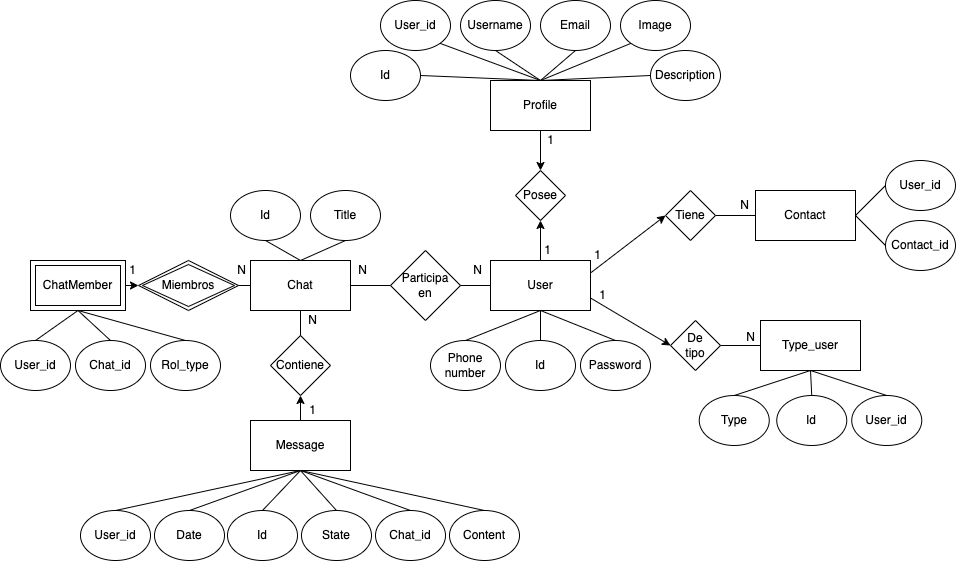
Above: assets/ER-model.png in eanorambuena/EPA_frontend (draw.io), before the change. Source tidied: cells renumbered, new cells last; positions are measured from the earlier drawing's top-left corner, leaving out a move shared by most shapes.
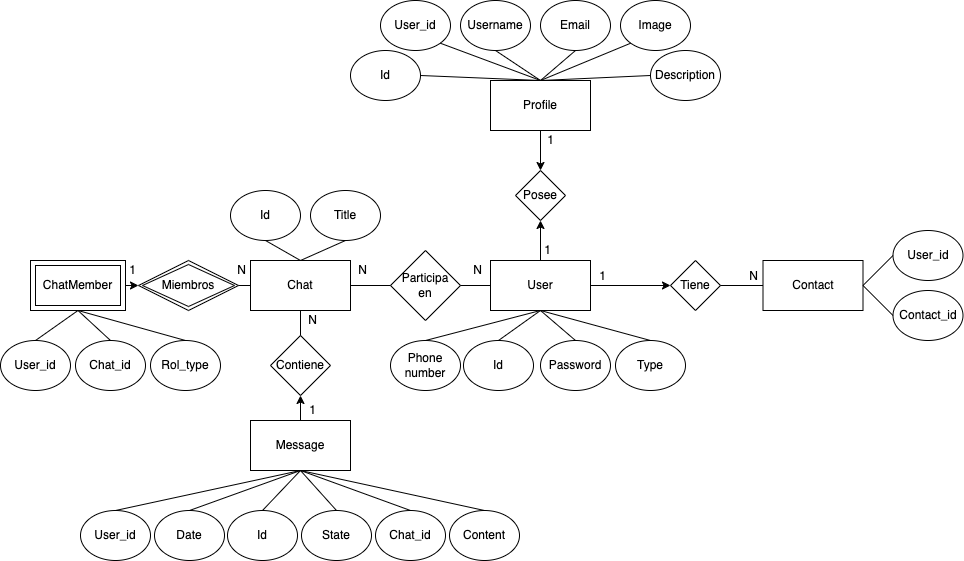
The same file after the commit.

Change to the diagram source:
```diff
@@ -6,13 +6,13 @@
       <mxGeometry x="490" y="260" width="100" height="50" as="geometry" />
     </mxCell>
     <mxCell id="3" value="Id" style="ellipse;whiteSpace=wrap;html=1;" parent="1" vertex="1">
-      <mxGeometry x="505" y="340" width="70" height="50" as="geometry" />
+      <mxGeometry x="463" y="340" width="70" height="50" as="geometry" />
     </mxCell>
     <mxCell id="4" value="Phone&lt;div&gt;number&lt;/div&gt;" style="ellipse;whiteSpace=wrap;html=1;" parent="1" vertex="1">
-      <mxGeometry x="430" y="340" width="70" height="50" as="geometry" />
+      <mxGeometry x="390" y="340" width="70" height="50" as="geometry" />
     </mxCell>
     <mxCell id="5" value="Password" style="ellipse;whiteSpace=wrap;html=1;" parent="1" vertex="1">
-      <mxGeometry x="580" y="340" width="70" height="50" as="geometry" />
+      <mxGeometry x="540" y="340" width="70" height="50" as="geometry" />
     </mxCell>
     <mxCell id="6" value="Posee" style="rhombus;whiteSpace=wrap;html=1;" parent="1" vertex="1">
       <mxGeometry x="515" y="170" width="50" height="50" as="geometry" />
@@ -149,19 +149,19 @@
       <mxGeometry x="295" y="310" width="35" height="20" as="geometry" />
     </mxCell>
     <mxCell id="50" value="Tiene" style="rhombus;whiteSpace=wrap;html=1;" parent="1" vertex="1">
-      <mxGeometry x="665" y="190" width="50" height="50" as="geometry" />
+      <mxGeometry x="670" y="260" width="50" height="50" as="geometry" />
     </mxCell>
     <mxCell id="51" value="Contact" style="rounded=0;whiteSpace=wrap;html=1;" parent="1" vertex="1">
-      <mxGeometry x="755" y="190" width="100" height="50" as="geometry" />
+      <mxGeometry x="762.5" y="260" width="100" height="50" as="geometry" />
     </mxCell>
     <mxCell id="52" style="endArrow=none;html=1;rounded=0;entryX=1;entryY=0.5;entryDx=0;entryDy=0;exitX=0;exitY=0.5;exitDx=0;exitDy=0;" parent="1" edge="1" source="51" target="50">
       <mxGeometry relative="1" as="geometry" />
     </mxCell>
     <mxCell id="53" value="User_id" style="ellipse;whiteSpace=wrap;html=1;" parent="1" vertex="1">
-      <mxGeometry x="885" y="160" width="70" height="50" as="geometry" />
+      <mxGeometry x="892.5" y="230" width="70" height="50" as="geometry" />
     </mxCell>
     <mxCell id="54" value="Contact_id" style="ellipse;whiteSpace=wrap;html=1;" parent="1" vertex="1">
-      <mxGeometry x="885" y="220" width="70" height="50" as="geometry" />
+      <mxGeometry x="892.5" y="290" width="70" height="50" as="geometry" />
     </mxCell>
     <mxCell id="55" style="endArrow=none;html=1;rounded=0;exitX=0;exitY=0.5;exitDx=0;exitDy=0;entryX=1;entryY=0.5;entryDx=0;entryDy=0;" parent="1" edge="1" source="53" target="51">
       <mxGeometry relative="1" as="geometry" />
@@ -170,38 +170,11 @@
       <mxGeometry relative="1" as="geometry" />
     </mxCell>
     <mxCell id="57" value="N" style="text;html=1;align=center;verticalAlign=middle;whiteSpace=wrap;rounded=0;" parent="1" vertex="1">
-      <mxGeometry x="727.5" y="195" width="35" height="20" as="geometry" />
+      <mxGeometry x="735.5" y="266" width="35" height="20" as="geometry" />
     </mxCell>
-    <mxCell id="58" value="Type_user" style="rounded=0;whiteSpace=wrap;html=1;" parent="1" vertex="1">
-      <mxGeometry x="760" y="320" width="100" height="50" as="geometry" />
-    </mxCell>
-    <mxCell id="59" value="De&lt;div&gt;tipo&lt;/div&gt;" style="rhombus;whiteSpace=wrap;html=1;" parent="1" vertex="1">
-      <mxGeometry x="670" y="320" width="50" height="50" as="geometry" />
-    </mxCell>
     <mxCell id="60" value="1" style="text;html=1;align=center;verticalAlign=middle;whiteSpace=wrap;rounded=0;" parent="1" vertex="1">
-      <mxGeometry x="580" y="245" width="35" height="20" as="geometry" />
+      <mxGeometry x="585" y="266" width="35" height="20" as="geometry" />
     </mxCell>
-    <mxCell id="61" value="Id" style="ellipse;whiteSpace=wrap;html=1;" parent="1" vertex="1">
-      <mxGeometry x="776.2" y="395" width="70" height="50" as="geometry" />
-    </mxCell>
-    <mxCell id="62" value="User_id" style="ellipse;whiteSpace=wrap;html=1;" parent="1" vertex="1">
-      <mxGeometry x="851.2" y="395" width="70" height="50" as="geometry" />
-    </mxCell>
-    <mxCell id="63" value="Type" style="ellipse;whiteSpace=wrap;html=1;" parent="1" vertex="1">
-      <mxGeometry x="698.8" y="395" width="70" height="50" as="geometry" />
-    </mxCell>
-    <mxCell id="64" style="endArrow=none;html=1;rounded=0;exitX=0.5;exitY=0;exitDx=0;exitDy=0;entryX=0.5;entryY=1;entryDx=0;entryDy=0;" parent="1" edge="1" source="63" target="58">
-      <mxGeometry relative="1" as="geometry" />
-    </mxCell>
-    <mxCell id="65" style="endArrow=none;html=1;rounded=0;exitX=0.5;exitY=0;exitDx=0;exitDy=0;entryX=0.5;entryY=1;entryDx=0;entryDy=0;" parent="1" edge="1" source="61" target="58">
-      <mxGeometry relative="1" as="geometry" />
-    </mxCell>
-    <mxCell id="66" style="endArrow=none;html=1;rounded=0;exitX=0.5;exitY=0;exitDx=0;exitDy=0;entryX=0.5;entryY=1;entryDx=0;entryDy=0;" parent="1" edge="1" source="62" target="58">
-      <mxGeometry relative="1" as="geometry" />
-    </mxCell>
-    <mxCell id="67" style="endArrow=none;html=1;rounded=0;exitX=0;exitY=0.5;exitDx=0;exitDy=0;entryX=1;entryY=0.5;entryDx=0;entryDy=0;" parent="1" edge="1" source="58" target="59">
-      <mxGeometry relative="1" as="geometry" />
-    </mxCell>
     <mxCell id="68" value="User_id" style="ellipse;whiteSpace=wrap;html=1;" parent="1" vertex="1">
       <mxGeometry y="340" width="70" height="50" as="geometry" />
     </mxCell>
@@ -241,16 +214,7 @@
     <mxCell id="80" style="endArrow=classic;html=1;rounded=0;entryX=0.5;entryY=1;entryDx=0;entryDy=0;exitX=0.5;exitY=0;exitDx=0;exitDy=0;" parent="1" edge="1" source="2" target="6">
       <mxGeometry relative="1" as="geometry" />
     </mxCell>
-    <mxCell id="81" value="1" style="text;html=1;align=center;verticalAlign=middle;whiteSpace=wrap;rounded=0;" parent="1" vertex="1">
-      <mxGeometry x="585" y="285" width="35" height="20" as="geometry" />
-    </mxCell>
-    <mxCell id="82" value="N" style="text;html=1;align=center;verticalAlign=middle;whiteSpace=wrap;rounded=0;" parent="1" vertex="1">
-      <mxGeometry x="732.8" y="327" width="35" height="20" as="geometry" />
-    </mxCell>
-    <mxCell id="83" style="endArrow=classic;html=1;rounded=0;entryX=0;entryY=0.5;entryDx=0;entryDy=0;exitX=1;exitY=0.75;exitDx=0;exitDy=0;" parent="1" edge="1" source="2" target="59">
-      <mxGeometry relative="1" as="geometry" />
-    </mxCell>
-    <mxCell id="84" style="endArrow=classic;html=1;rounded=0;entryX=0;entryY=0.5;entryDx=0;entryDy=0;exitX=1;exitY=0.25;exitDx=0;exitDy=0;" parent="1" edge="1" source="2" target="50">
+    <mxCell id="84" style="endArrow=classic;html=1;rounded=0;entryX=0;entryY=0.5;entryDx=0;entryDy=0;exitX=1;exitY=0.5;exitDx=0;exitDy=0;" parent="1" edge="1" source="2" target="50">
       <mxGeometry relative="1" as="geometry" />
     </mxCell>
     <mxCell id="85" value="State" style="ellipse;whiteSpace=wrap;html=1;" parent="1" vertex="1">
@@ -265,5 +229,11 @@
     <mxCell id="88" style="endArrow=none;html=1;rounded=0;entryX=0.5;entryY=0;entryDx=0;entryDy=0;exitX=0.5;exitY=1;exitDx=0;exitDy=0;" parent="1" edge="1" source="72" target="87">
       <mxGeometry relative="1" as="geometry" />
     </mxCell>
+    <mxCell id="63" value="Type" style="ellipse;whiteSpace=wrap;html=1;" parent="1" vertex="1">
+      <mxGeometry x="615" y="340" width="70" height="50" as="geometry" />
+    </mxCell>
+    <mxCell id="89" style="endArrow=none;html=1;rounded=0;exitX=0.5;exitY=0;exitDx=0;exitDy=0;entryX=0.5;entryY=1;entryDx=0;entryDy=0;" parent="1" edge="1" source="63" target="2">
+      <mxGeometry relative="1" as="geometry" />
+    </mxCell>
   </root>
 </mxGraphModel>
```
